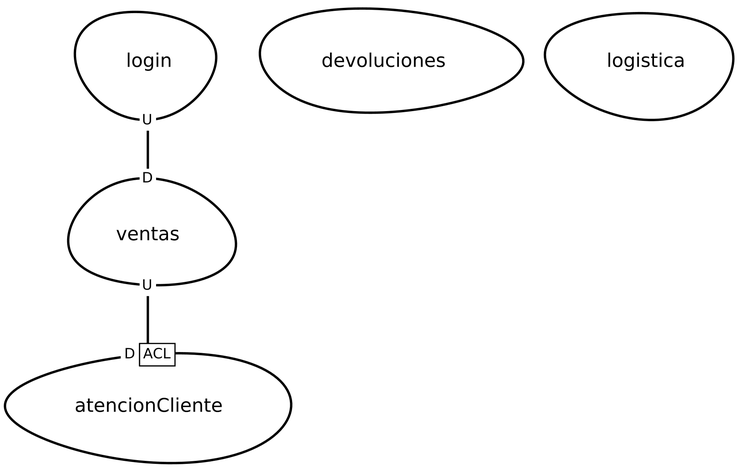
Before: src-gen/LAB02_proyectoEcomerce_ContexMapper_ContextMap.png, a diagram exported from Graphviz (Jhonat20/LAB02_proyectoEcomerce_ContexMapper). Its source is kept beside it as src-gen/LAB02_proyectoEcomerce_ContexMapper_ContextMap.gv.
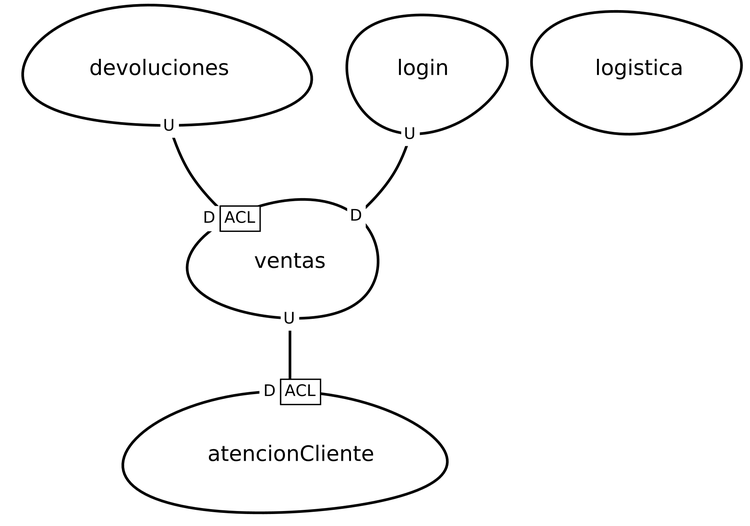
The same diagram one commit later.

Diff of the diagram source:
```diff
@@ -1,12 +1,12 @@
 digraph "ContextMapGraph" {
 graph ["imagepath"="/tmp/GraphvizJava"]
-"atencionCliente" ["margin"="0.3","orientation"="143","shape"="egg","fontsize"="16","style"="bold","label"="atencionCliente\n","fontname"="sans-serif"]
-"devoluciones" ["margin"="0.3","orientation"="27","shape"="egg","fontsize"="16","style"="bold","label"="devoluciones\n","fontname"="sans-serif"]
-"login" ["margin"="0.3","orientation"="304","shape"="egg","fontsize"="16","style"="bold","label"="login\n","fontname"="sans-serif"]
-"ventas" ["margin"="0.3","orientation"="346","shape"="egg","fontsize"="16","style"="bold","label"="ventas\n","fontname"="sans-serif"]
-"logistica" ["margin"="0.3","orientation"="52","shape"="egg","fontsize"="16","style"="bold","label"="logistica\n","fontname"="sans-serif"]
-"login" -> "ventas" ["headlabel"=<<table cellspacing="0" cellborder="0" border="0">
-<tr><td bgcolor="white">D</td></tr>
+"atencionCliente" ["margin"="0.3","orientation"="114","shape"="egg","fontsize"="16","style"="bold","label"="atencionCliente\n","fontname"="sans-serif"]
+"devoluciones" ["margin"="0.3","orientation"="15","shape"="egg","fontsize"="16","style"="bold","label"="devoluciones\n","fontname"="sans-serif"]
+"ventas" ["margin"="0.3","orientation"="136","shape"="egg","fontsize"="16","style"="bold","label"="ventas\n","fontname"="sans-serif"]
+"login" ["margin"="0.3","orientation"="242","shape"="egg","fontsize"="16","style"="bold","label"="login\n","fontname"="sans-serif"]
+"logistica" ["margin"="0.3","orientation"="345","shape"="egg","fontsize"="16","style"="bold","label"="logistica\n","fontname"="sans-serif"]
+"devoluciones" -> "ventas" ["headlabel"=<<table cellspacing="0" cellborder="1" border="0">
+<tr><td bgcolor="white" sides="r">D</td><td sides="trbl" bgcolor="white"><font>ACL</font></td></tr>
 </table>>,"labeldistance"="0","fontsize"="12","taillabel"=<<table cellspacing="0" cellborder="0" border="0">
 <tr><td bgcolor="white">U</td></tr>
 </table>>,"style"="bold","label"="                                        ","dir"="none","fontname"="sans-serif"]
@@ -15,4 +15,9 @@
 </table>>,"labeldistance"="0","fontsize"="12","taillabel"=<<table cellspacing="0" cellborder="0" border="0">
 <tr><td bgcolor="white">U</td></tr>
 </table>>,"style"="bold","label"="                                        ","dir"="none","fontname"="sans-serif"]
+"login" -> "ventas" ["headlabel"=<<table cellspacing="0" cellborder="0" border="0">
+<tr><td bgcolor="white">D</td></tr>
+</table>>,"labeldistance"="0","fontsize"="12","taillabel"=<<table cellspacing="0" cellborder="0" border="0">
+<tr><td bgcolor="white">U</td></tr>
+</table>>,"style"="bold","label"="                                        ","dir"="none","fontname"="sans-serif"]
 }
```
